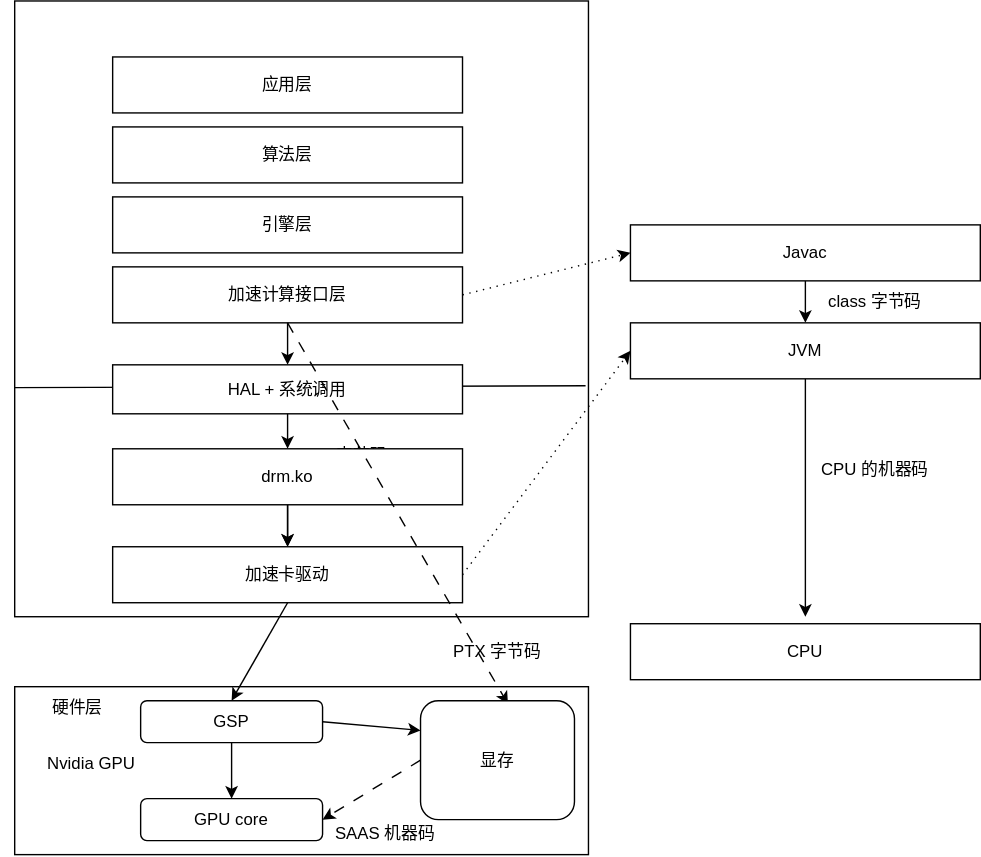
dingiv/dingiv.github.io keeps this draw.io diagram as src/ai/compute/stack.dio.svg. Above is the earlier version. Source tidied: cells renumbered, new cells last; positions are measured from the earlier drawing's top-left corner, leaving out a move shared by most shapes.
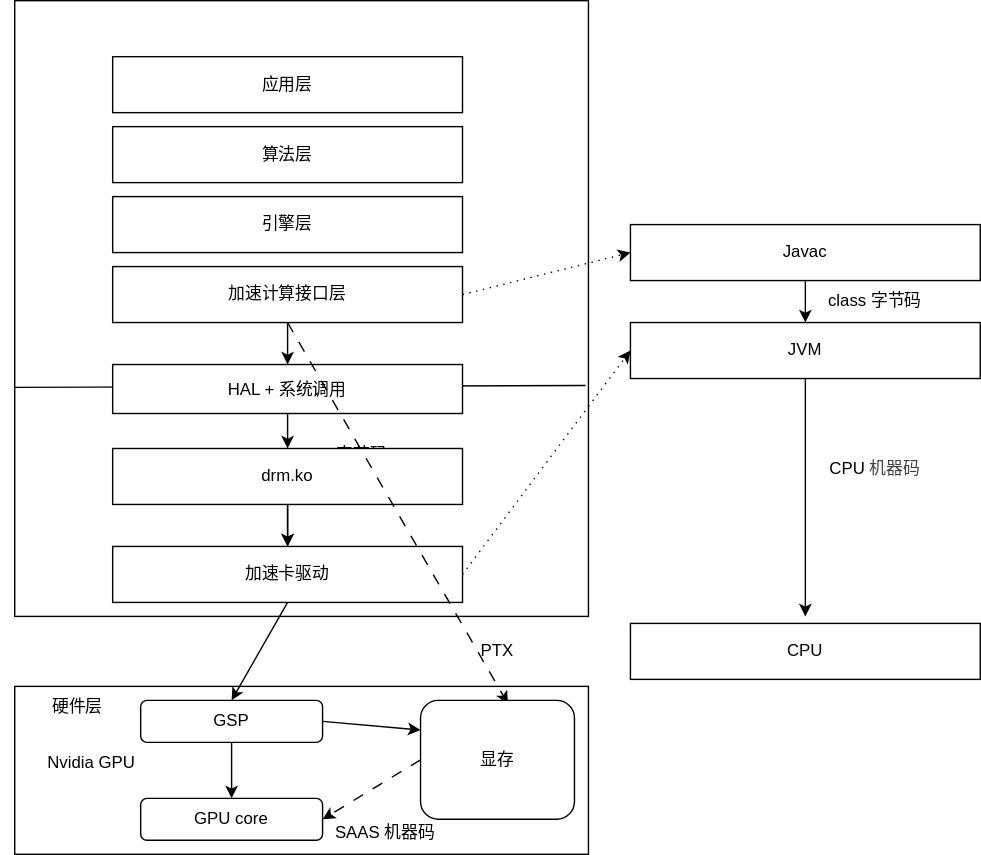
The same diagram one commit later.

Diff of the diagram source:
```diff
@@ -52,7 +52,7 @@
     <mxCell id="17" value="class 字节码" style="text;html=1;align=center;verticalAlign=middle;whiteSpace=wrap;rounded=0;" parent="1" vertex="1">
       <mxGeometry x="570" y="200" width="110" height="30" as="geometry" />
     </mxCell>
-    <mxCell id="18" value="CPU 的机器码" style="text;html=1;align=center;verticalAlign=middle;whiteSpace=wrap;rounded=0;" parent="1" vertex="1">
+    <mxCell id="18" value="CPU&amp;nbsp;&lt;span style=&quot;color: rgb(63, 63, 63); background-color: transparent;&quot;&gt;机器码&lt;/span&gt;" style="text;html=1;align=center;verticalAlign=middle;whiteSpace=wrap;rounded=0;" parent="1" vertex="1">
       <mxGeometry x="570" y="320" width="110" height="30" as="geometry" />
     </mxCell>
     <mxCell id="19" value="CPU" style="rounded=0;whiteSpace=wrap;html=1;" parent="1" vertex="1">
@@ -61,7 +61,7 @@
     <mxCell id="20" style="edgeStyle=none;html=1;exitX=0.5;exitY=1;exitDx=0;exitDy=0;entryX=0.5;entryY=0;entryDx=0;entryDy=0;" parent="1" edge="1" source="6" target="4">
       <mxGeometry relative="1" as="geometry" />
     </mxCell>
-    <mxCell id="21" value="PTX 字节码" style="text;html=1;align=center;verticalAlign=middle;whiteSpace=wrap;rounded=0;" parent="1" vertex="1">
+    <mxCell id="21" value="PTX" style="text;html=1;align=center;verticalAlign=middle;whiteSpace=wrap;rounded=0;" parent="1" vertex="1">
       <mxGeometry x="300" y="450" width="110" height="30" as="geometry" />
     </mxCell>
     <mxCell id="22" value="SAAS 机器码" style="text;html=1;align=center;verticalAlign=middle;whiteSpace=wrap;rounded=0;" parent="1" vertex="1">
```
